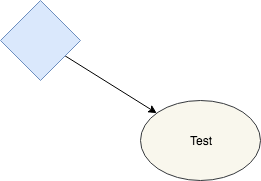
Above: Untitled Diagram.png in alderg/sandbox (draw.io), before the change. Source tidied: cells renumbered, new cells last; positions are measured from the earlier drawing's top-left corner, leaving out a move shared by most shapes.
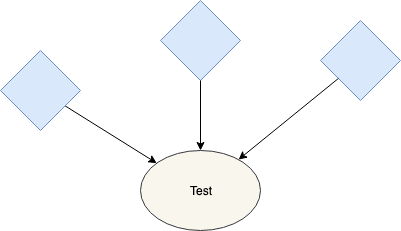
After the commit.

The edit, as a diff of the source:
```diff
@@ -11,5 +11,17 @@
     <mxCell id="4" value="Test" style="ellipse;whiteSpace=wrap;html=1;fillColor=#f9f7ed;strokeColor=#36393d;" parent="1" vertex="1">
       <mxGeometry x="140" y="100" width="120" height="80" as="geometry" />
     </mxCell>
+    <mxCell id="5" style="rhombus;whiteSpace=wrap;html=1;fillColor=#dae8fc;strokeColor=#6c8ebf;" parent="1" vertex="1">
+      <mxGeometry x="160" y="-50" width="80" height="80" as="geometry" />
+    </mxCell>
+    <mxCell id="6" style="rhombus;whiteSpace=wrap;html=1;fillColor=#dae8fc;strokeColor=#6c8ebf;" parent="1" vertex="1">
+      <mxGeometry x="320" y="-30" width="80" height="80" as="geometry" />
+    </mxCell>
+    <mxCell id="7" style="edgeStyle=none;rounded=0;jumpStyle=arc;jumpSize=6;html=1;labelBackgroundColor=none;jettySize=auto;fontSize=12;" parent="1" edge="1" source="5" target="4">
+      <mxGeometry relative="1" as="geometry" />
+    </mxCell>
+    <mxCell id="8" style="edgeStyle=none;rounded=0;jumpStyle=arc;jumpSize=6;html=1;labelBackgroundColor=none;jettySize=auto;fontSize=12;" parent="1" edge="1" source="6" target="4">
+      <mxGeometry relative="1" as="geometry" />
+    </mxCell>
   </root>
 </mxGraphModel>
```
